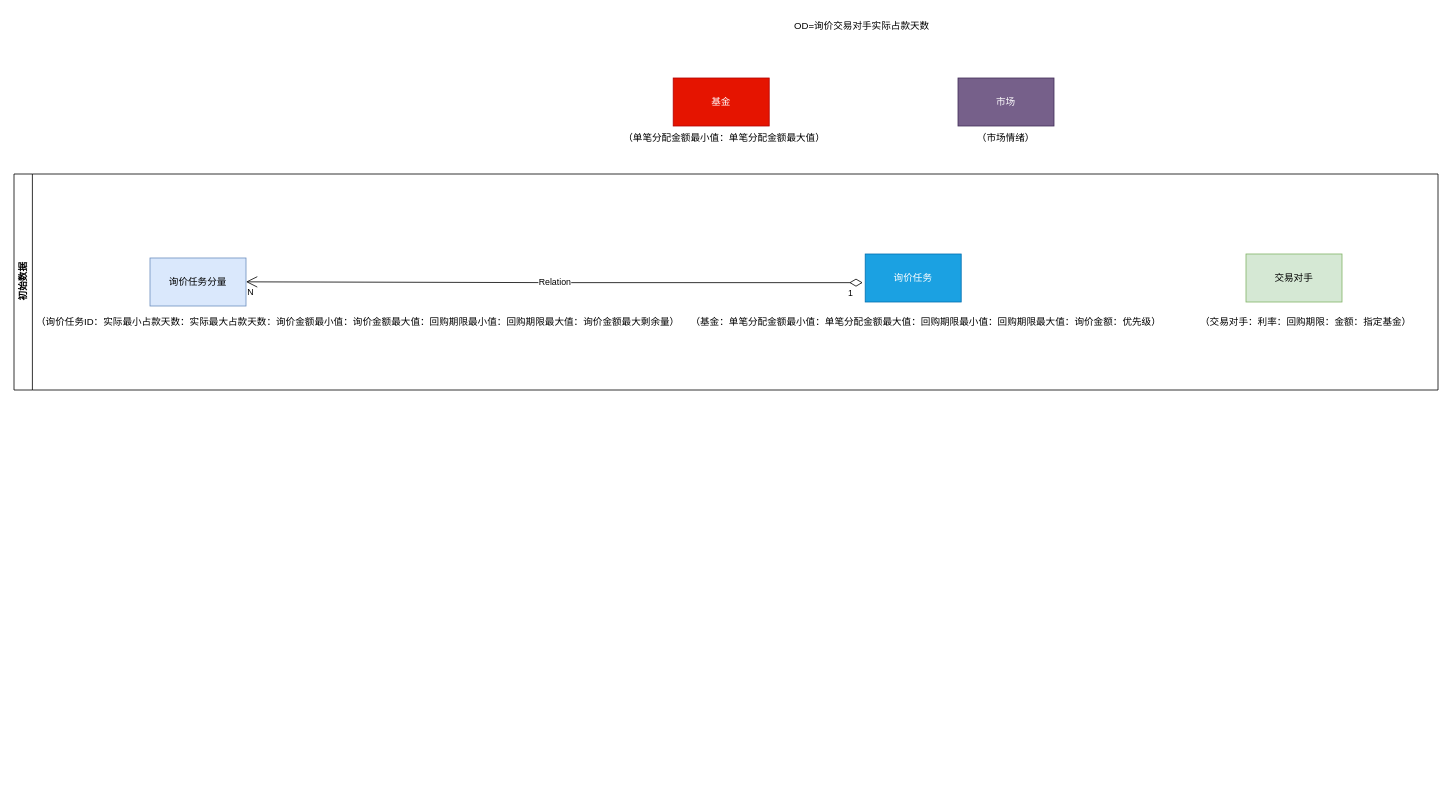
Above: drawio/逆回购自动分户.drawio in happinessandlove/Pic (draw.io), before the change. Source tidied: cells renumbered, new cells numbered last; positions are measured from the earlier drawing's top-left corner, leaving out a move shared by most shapes. Both pictures are drawn from the tidied source at 80%, with x=0, y=0 at pixel (14, 14).
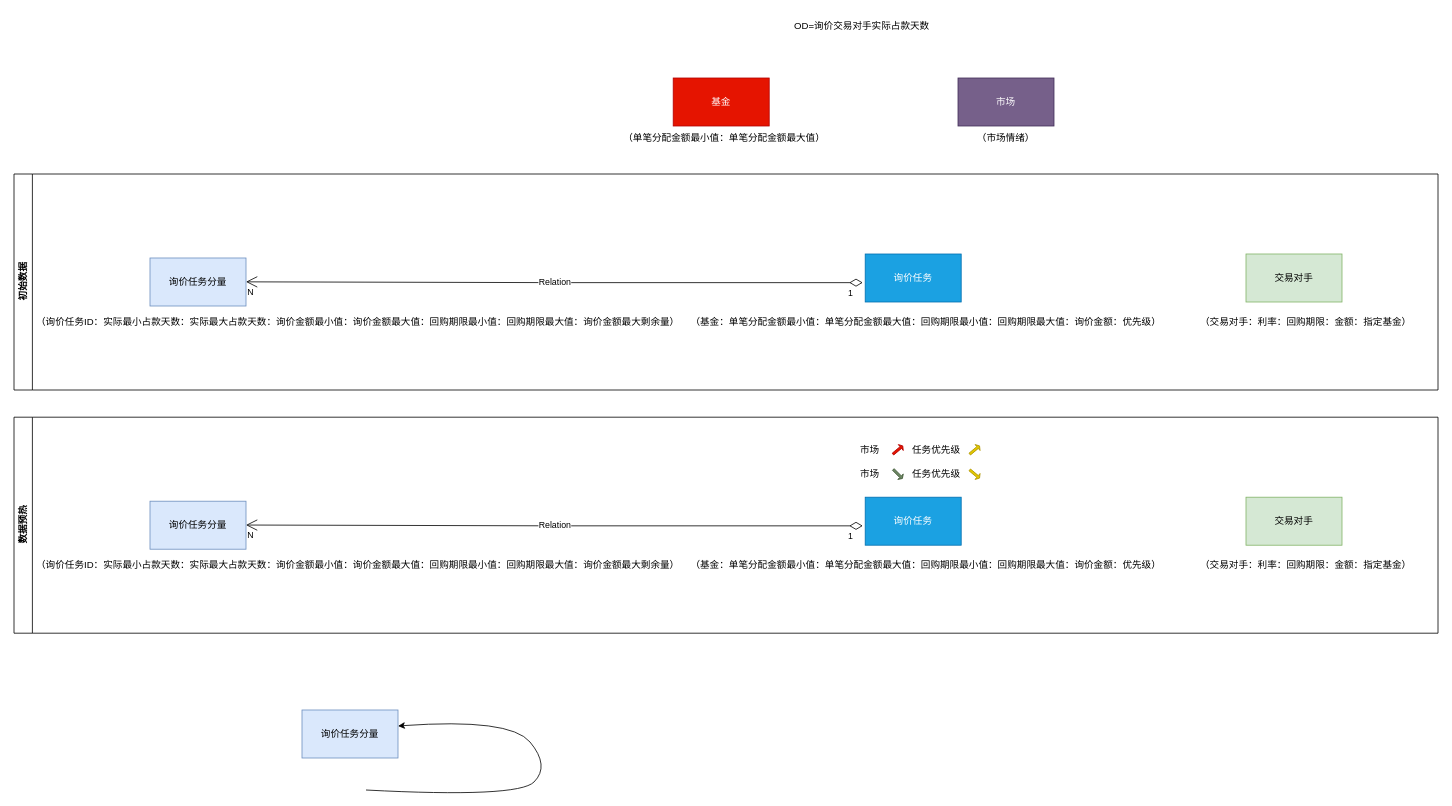
After the change.

Commit message (it also covers changes not shown here):
更新逆回购自动分户.drawio

The edit, as a diff of the source:
```diff
@@
+    <mxCell id="17" value="数据预热" style="swimlane;horizontal=0;whiteSpace=wrap;html=1;" parent="1" vertex="1">
+      <mxGeometry y="504" width="1780" height="270" as="geometry" />
+    </mxCell>
+    <mxCell id="18" value="（基金：单笔分配金额最小值：单笔分配金额最大值：回购期限最小值：回购期限最大值：询价金额：优先级）" style="text;html=1;strokeColor=none;fillColor=none;align=center;verticalAlign=middle;whiteSpace=wrap;rounded=0;" parent="17" vertex="1">
+      <mxGeometry x="840" y="170" width="600" height="30" as="geometry" />
+    </mxCell>
+    <mxCell id="19" value="交易对手" style="rounded=0;whiteSpace=wrap;html=1;fillColor=#d5e8d4;strokeColor=#82b366;" parent="17" vertex="1">
+      <mxGeometry x="1540" y="100" width="120" height="60" as="geometry" />
+    </mxCell>
+    <mxCell id="20" value="（交易对手：利率：回购期限：金额：指定基金）" style="text;html=1;strokeColor=none;fillColor=none;align=center;verticalAlign=middle;whiteSpace=wrap;rounded=0;" parent="17" vertex="1">
+      <mxGeometry x="1460" y="170" width="310" height="30" as="geometry" />
+    </mxCell>
+    <mxCell id="21" value="询价任务" style="rounded=0;whiteSpace=wrap;html=1;fillColor=#1ba1e2;strokeColor=#006EAF;fontColor=#ffffff;" parent="17" vertex="1">
+      <mxGeometry x="1064" y="100" width="120" height="60" as="geometry" />
+    </mxCell>
+    <mxCell id="22" value="询价任务分量" style="rounded=0;whiteSpace=wrap;html=1;fillColor=#dae8fc;strokeColor=#6c8ebf;" parent="17" vertex="1">
+      <mxGeometry x="170" y="105" width="120" height="60" as="geometry" />
+    </mxCell>
+    <mxCell id="23" value="Relation" style="endArrow=open;html=1;endSize=12;startArrow=diamondThin;startSize=14;startFill=0;edgeStyle=orthogonalEdgeStyle;rounded=0;entryX=1;entryY=0.5;entryDx=0;entryDy=0;exitX=-0.025;exitY=0.597;exitDx=0;exitDy=0;exitPerimeter=0;" parent="17" edge="1" source="21">
+      <mxGeometry relative="1" as="geometry">
+        <mxPoint x="290" y="134.8" as="targetPoint" />
+      </mxGeometry>
+    </mxCell>
+    <mxCell id="24" value="1" style="edgeLabel;html=1;align=left;verticalAlign=top;" parent="23" vertex="1">
+      <mxGeometry x="-1" relative="1" as="geometry">
+        <mxPoint x="-20" as="offset" />
+      </mxGeometry>
+    </mxCell>
+    <mxCell id="25" value="N" style="edgeLabel;html=1;align=right;verticalAlign=top;" parent="23" vertex="1">
+      <mxGeometry x="1" relative="1" as="geometry">
+        <mxPoint x="10" as="offset" />
+      </mxGeometry>
+    </mxCell>
+    <mxCell id="26" value="（询价任务ID：实际最小占款天数：实际最大占款天数：询价金额最小值：询价金额最大值：回购期限最小值：回购期限最大值：询价金额最大剩余量）" style="text;html=1;strokeColor=none;fillColor=none;align=center;verticalAlign=middle;whiteSpace=wrap;rounded=0;" parent="17" vertex="1">
+      <mxGeometry x="20" y="170" width="820" height="30" as="geometry" />
+    </mxCell>
+    <mxCell id="27" value="市场" style="text;html=1;strokeColor=none;fillColor=none;align=center;verticalAlign=middle;whiteSpace=wrap;rounded=0;" parent="17" vertex="1">
+      <mxGeometry x="1040" y="26" width="60" height="30" as="geometry" />
+    </mxCell>
+    <mxCell id="28" style="shape=singleArrow;direction=north;whiteSpace=wrap;html=1;rotation=50;fillColor=#e51400;fontColor=#ffffff;strokeColor=#B20000;" parent="17" vertex="1">
+      <mxGeometry x="1100" y="33" width="9.6" height="16" as="geometry" />
+    </mxCell>
+    <mxCell id="29" value="任务优先级" style="text;html=1;strokeColor=none;fillColor=none;align=center;verticalAlign=middle;whiteSpace=wrap;rounded=0;" parent="17" vertex="1">
+      <mxGeometry x="1110" y="26" width="86" height="30" as="geometry" />
+    </mxCell>
+    <mxCell id="30" style="shape=singleArrow;direction=north;whiteSpace=wrap;html=1;rotation=50;fillColor=#e3c800;fontColor=#000000;strokeColor=#B09500;" parent="17" vertex="1">
+      <mxGeometry x="1196" y="33" width="9.6" height="16" as="geometry" />
+    </mxCell>
+    <mxCell id="31" value="市场" style="text;html=1;strokeColor=none;fillColor=none;align=center;verticalAlign=middle;whiteSpace=wrap;rounded=0;" parent="17" vertex="1">
+      <mxGeometry x="1040" y="56" width="60" height="30" as="geometry" />
+    </mxCell>
+    <mxCell id="32" style="shape=singleArrow;direction=north;whiteSpace=wrap;html=1;rotation=135;fillColor=#6d8764;fontColor=#ffffff;strokeColor=#3A5431;" parent="17" vertex="1">
+      <mxGeometry x="1100" y="63" width="9.6" height="16" as="geometry" />
+    </mxCell>
+    <mxCell id="33" value="任务优先级" style="text;html=1;strokeColor=none;fillColor=none;align=center;verticalAlign=middle;whiteSpace=wrap;rounded=0;" parent="17" vertex="1">
+      <mxGeometry x="1110" y="56" width="86" height="30" as="geometry" />
+    </mxCell>
+    <mxCell id="34" style="shape=singleArrow;direction=north;whiteSpace=wrap;html=1;rotation=130;fillColor=#e3c800;fontColor=#000000;strokeColor=#B09500;" parent="17" vertex="1">
+      <mxGeometry x="1196" y="63" width="9.6" height="16" as="geometry" />
+    </mxCell>
+    <mxCell id="35" value="询价任务分量" style="rounded=0;whiteSpace=wrap;html=1;fillColor=#dae8fc;strokeColor=#6c8ebf;" parent="1" vertex="1">
+      <mxGeometry x="360" y="870" width="120" height="60" as="geometry" />
+    </mxCell>
+    <mxCell id="36" style="curved=1;endArrow=classic;html=1;rounded=0;entryX=1;entryY=0.5;entryDx=0;entryDy=0;" parent="1" edge="1">
+      <mxGeometry relative="1" as="geometry">
+        <mxPoint x="440" y="970" as="sourcePoint" />
+        <mxPoint x="480" y="890" as="targetPoint" />
+        <Array as="points">
+          <mxPoint x="630" y="980" />
+          <mxPoint x="670" y="940" />
+          <mxPoint x="620" y="880" />
+        </Array>
+      </mxGeometry>
+    </mxCell>
```
